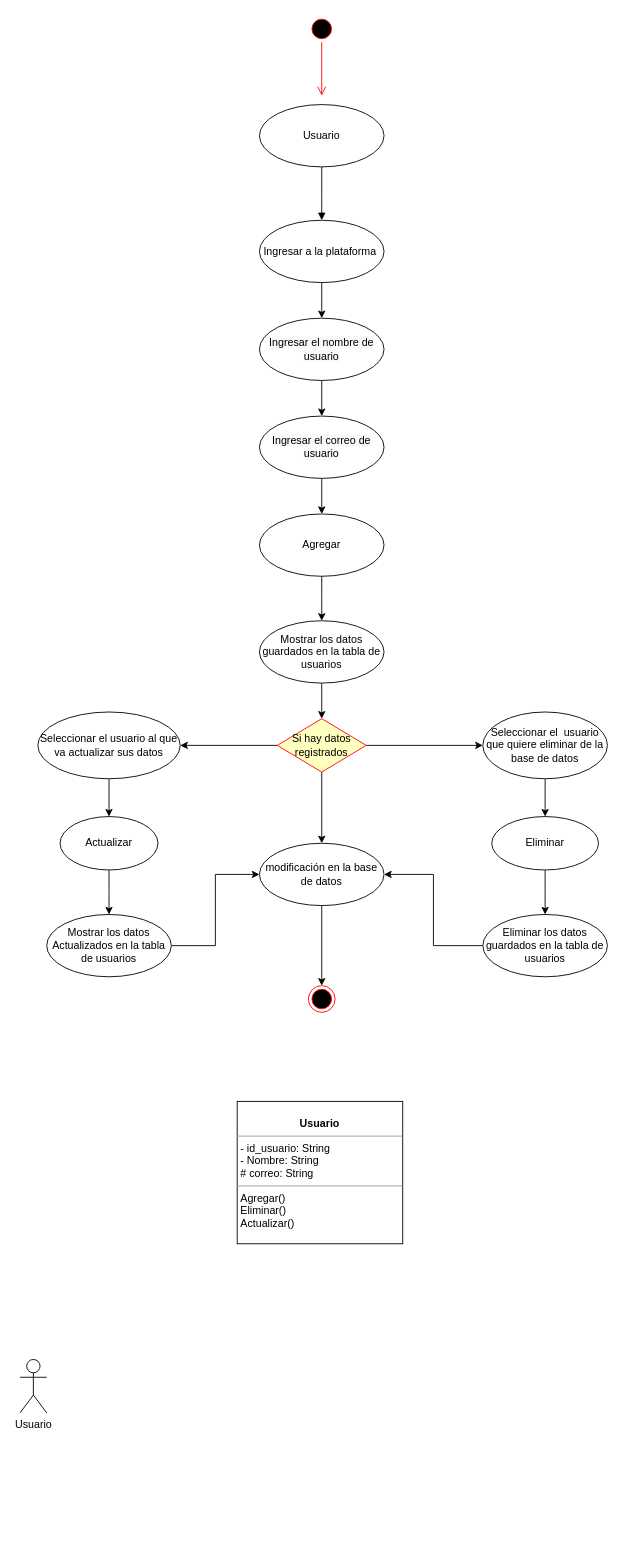
This is Producto.drawio from mateo1761/viernes11, a draw.io file, before an edit. Source tidied: cells renumbered, new cells numbered last; positions are measured from the earlier drawing's top-left corner, leaving out a move shared by most shapes. Both pictures are drawn from the tidied source at 89%, with x=0, y=0 at pixel (20, 15).
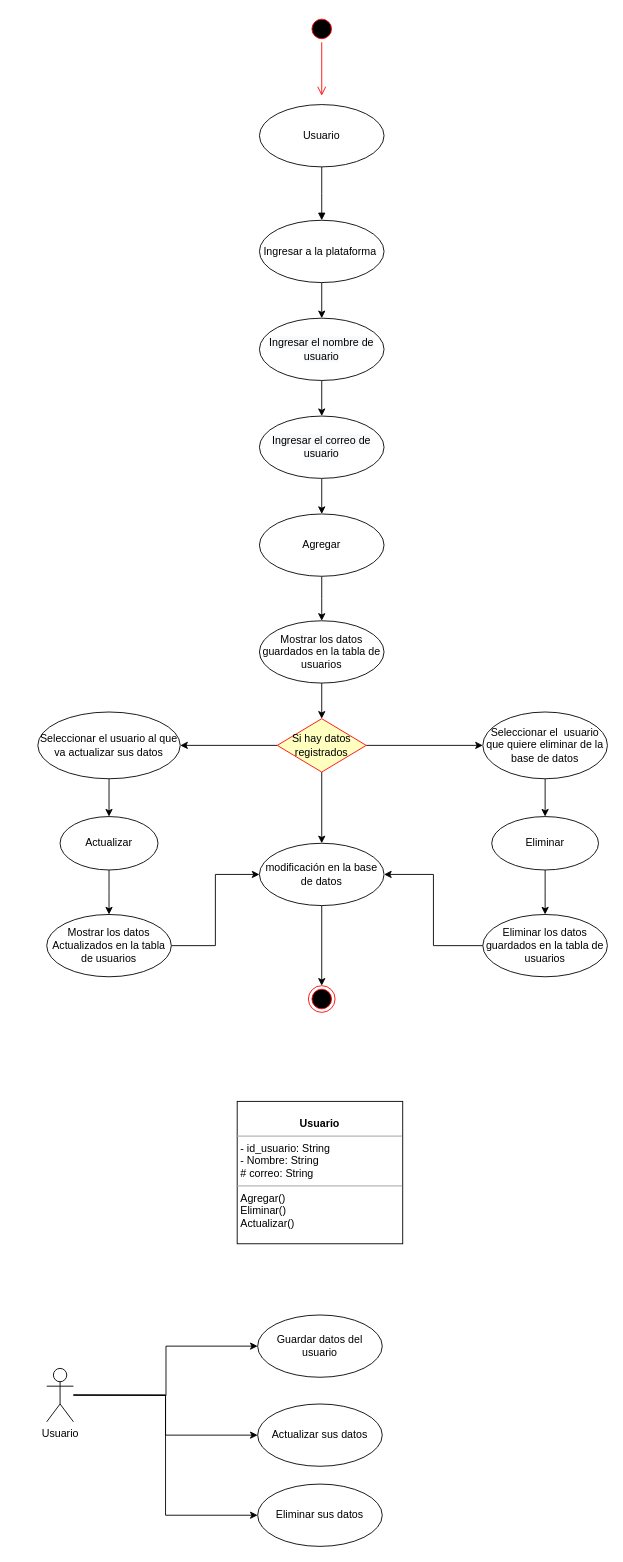
The same page after the edit.

What changed in the source:
```diff
@@
+    <mxCell id="37" style="edgeStyle=orthogonalEdgeStyle;rounded=0;jettySize=auto;html=1;entryX=0;entryY=0.5;entryDx=0;entryDy=0;" parent="1" edge="1" target="40">
+      <mxGeometry relative="1" as="geometry">
+        <mxPoint x="60" y="1550" as="sourcePoint" />
+      </mxGeometry>
+    </mxCell>
+    <mxCell id="38" style="edgeStyle=orthogonalEdgeStyle;rounded=0;jettySize=auto;html=1;entryX=0;entryY=0.5;entryDx=0;entryDy=0;" parent="1" edge="1" source="24" target="41">
+      <mxGeometry relative="1" as="geometry" />
+    </mxCell>
+    <mxCell id="39" style="edgeStyle=orthogonalEdgeStyle;rounded=0;jettySize=auto;html=1;entryX=0;entryY=0.5;entryDx=0;entryDy=0;" parent="1" edge="1" source="24" target="42">
+      <mxGeometry relative="1" as="geometry" />
+    </mxCell>
     <mxCell id="24" value="Usuario&lt;br&gt;" style="shape=umlActor;verticalLabelPosition=bottom;verticalAlign=top;html=1;" parent="1" vertex="1">
-      <mxGeometry y="1510" width="30" height="60" as="geometry" />
+      <mxGeometry x="30" y="1520" width="30" height="60" as="geometry" />
     </mxCell>
@@
+    <mxCell id="40" value="Guardar datos del usuario" style="ellipse;whiteSpace=wrap;html=1;" parent="1" vertex="1">
+      <mxGeometry x="267" y="1460" width="140" height="70" as="geometry" />
+    </mxCell>
+    <mxCell id="41" value="Actualizar sus datos" style="ellipse;whiteSpace=wrap;html=1;" parent="1" vertex="1">
+      <mxGeometry x="267" y="1560" width="140" height="70" as="geometry" />
+    </mxCell>
+    <mxCell id="42" value="Eliminar sus datos" style="ellipse;whiteSpace=wrap;html=1;" parent="1" vertex="1">
+      <mxGeometry x="267" y="1650" width="140" height="70" as="geometry" />
+    </mxCell>
```
